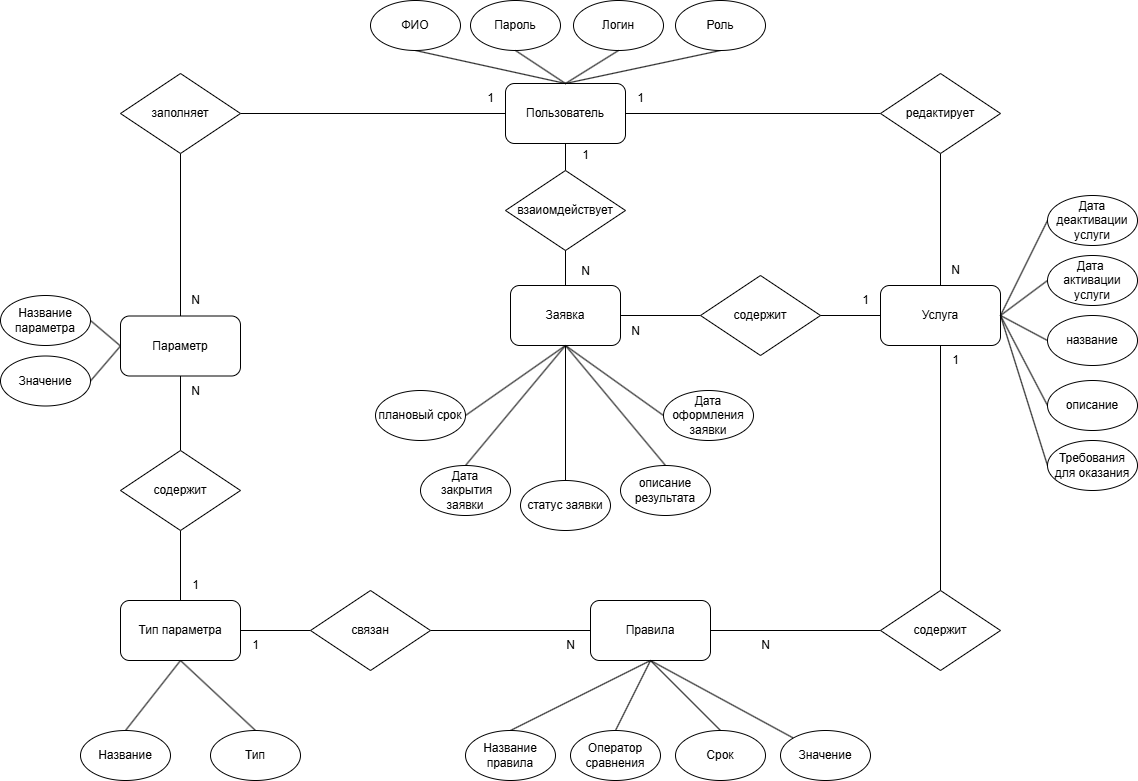
This is erd diargam/erd.png from IliaKataev/KataevZvedenuk, a draw.io export, as it was before one commit. Source tidied: cells renumbered, new cells last; positions are measured from the earlier drawing's top-left corner, leaving out a move shared by most shapes.
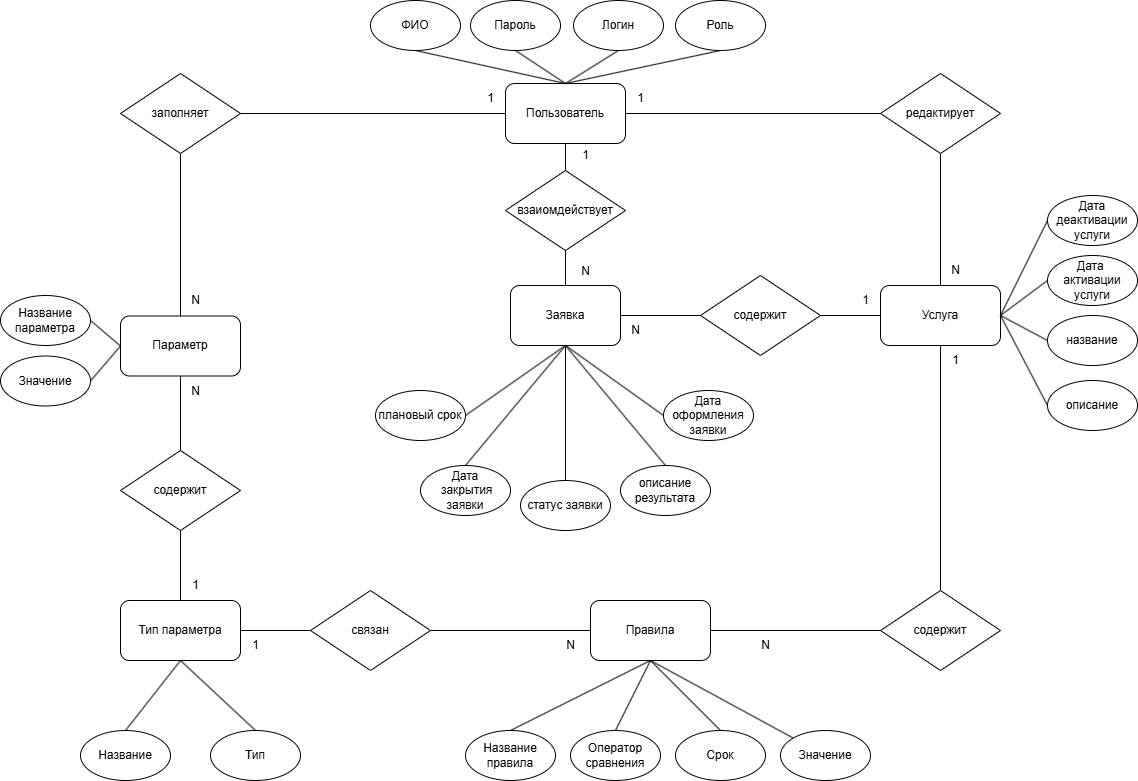
After the commit.

What changed in the source:
```diff
@@ -38,9 +38,6 @@
     <mxCell id="13" style="rounded=0;jettySize=auto;html=1;exitX=1;exitY=0.5;exitDx=0;exitDy=0;entryX=0;entryY=0.5;entryDx=0;entryDy=0;endArrow=none;startFill=0;" parent="1" edge="1" source="15" target="28">
       <mxGeometry relative="1" as="geometry" />
     </mxCell>
-    <mxCell id="14" style="rounded=0;jettySize=auto;html=1;entryX=0;entryY=0.5;entryDx=0;entryDy=0;endArrow=none;startFill=0;exitX=1;exitY=0.5;exitDx=0;exitDy=0;" parent="1" edge="1" source="15" target="88">
-      <mxGeometry relative="1" as="geometry" />
-    </mxCell>
     <mxCell id="15" value="Услуга" style="rounded=1;whiteSpace=wrap;html=1;" parent="1" vertex="1">
       <mxGeometry x="880" y="285" width="120" height="60" as="geometry" />
     </mxCell>
@@ -263,8 +260,5 @@
     <mxCell id="87" value="Значение" style="ellipse;whiteSpace=wrap;html=1;" parent="1" vertex="1">
       <mxGeometry x="780" y="730" width="90" height="50" as="geometry" />
     </mxCell>
-    <mxCell id="88" value="Требования для оказания" style="ellipse;whiteSpace=wrap;html=1;" parent="1" vertex="1">
-      <mxGeometry x="1047" y="440" width="90" height="50" as="geometry" />
-    </mxCell>
   </root>
 </mxGraphModel>
```
